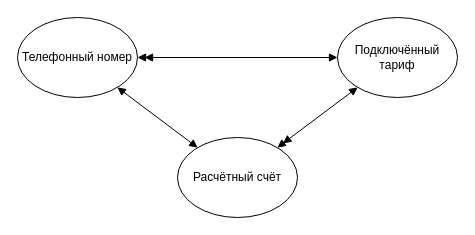
This is coursework/graphics/sim-card-attributes.drawio from markov-avl/DatabaseDevelopmentTechnology, a draw.io file, before an edit. Source tidied: cells renumbered, new cells numbered last; positions are measured from the earlier drawing's top-left corner, leaving out a move shared by most shapes. Both pictures are drawn from the tidied source at 100%, with x=0, y=0 at pixel (17, 17).
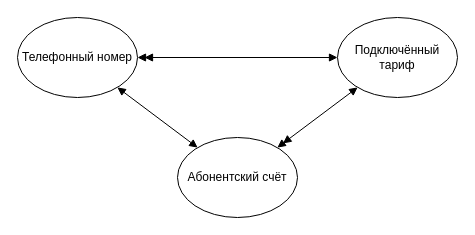
Above is the later version.

Diff of the diagram source:
```diff
@@
 <mxGraphModel>
   <root>
     <mxCell id="0" />
     <mxCell id="1" parent="0" />
-    <mxCell id="2" value="Расчётный счёт" style="ellipse;whiteSpace=wrap;html=1;" parent="1" vertex="1">
+    <mxCell id="2" value="Абонентский счёт" style="ellipse;whiteSpace=wrap;html=1;" parent="1" vertex="1">
       <mxGeometry x="160" y="120" width="120" height="80" as="geometry" />
     </mxCell>
     <mxCell id="3" value="Телефонный номер" style="ellipse;whiteSpace=wrap;html=1;" parent="1" vertex="1">
       <mxGeometry width="120" height="80" as="geometry" />
     </mxCell>
     <mxCell id="4" value="Подключённый тариф" style="ellipse;whiteSpace=wrap;html=1;" parent="1" vertex="1">
       <mxGeometry x="320" width="120" height="80" as="geometry" />
     </mxCell>
     <mxCell id="5" style="endArrow=block;html=1;rounded=0;endFill=1;startArrow=block;startFill=1;" parent="1" edge="1" source="2" target="3">
       <mxGeometry relative="1" as="geometry" />
     </mxCell>
     <mxCell id="6" style="endArrow=block;html=1;rounded=0;endFill=1;startArrow=doubleBlock;startFill=1;" parent="1" edge="1" source="2" target="4">
       <mxGeometry relative="1" as="geometry" />
     </mxCell>
     <mxCell id="7" style="endArrow=block;html=1;rounded=0;endFill=1;startArrow=doubleBlock;startFill=1;" parent="1" edge="1" source="3" target="4">
       <mxGeometry relative="1" as="geometry" />
     </mxCell>
   </root>
 </mxGraphModel>
```
